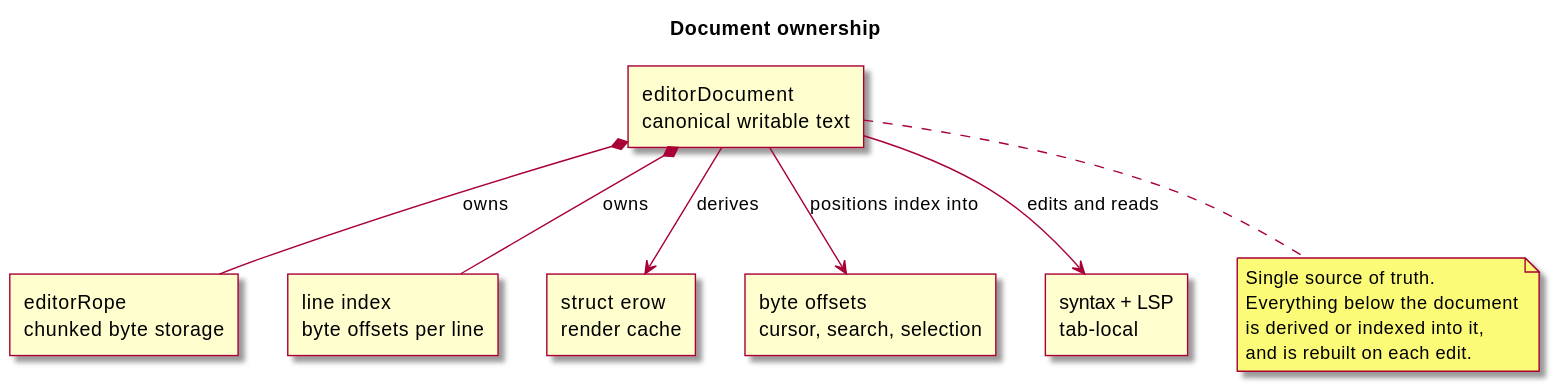
kokkoniemi/rotide keeps this PlantUML diagram as docs/diagrams/svg/document-model.svg. Above is the earlier version. Its source is kept beside it as docs/diagrams/src/document-model.puml.
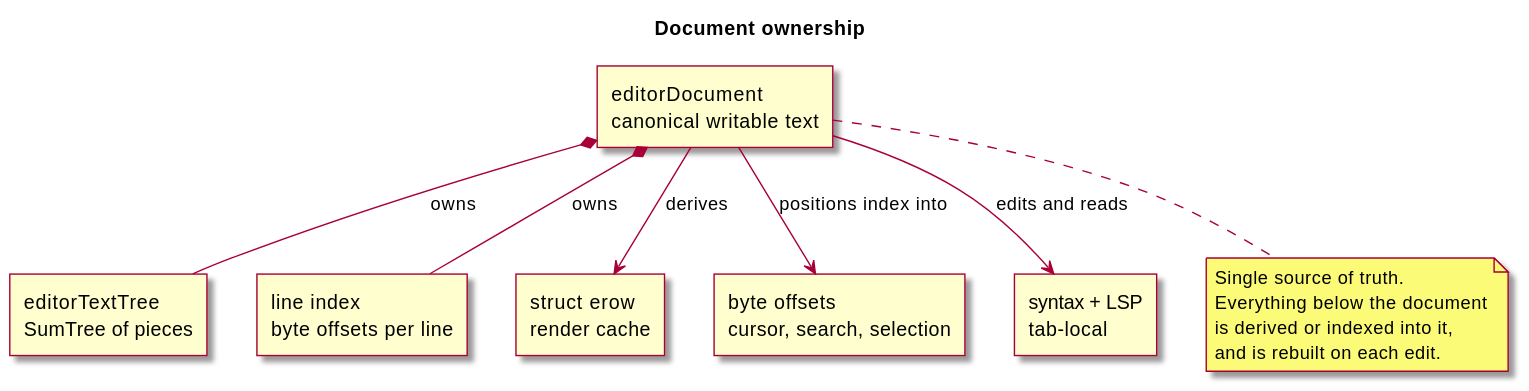
The same diagram one commit later.

Change to the diagram source:
```diff
@@ -6,13 +6,13 @@
 skinparam componentStyle rectangle
 
 component "editorDocument\ncanonical writable text" as doc
-component "editorRope\nchunked byte storage" as rope
+component "editorTextTree\nSumTree of pieces" as tree
 component "line index\nbyte offsets per line" as index
 component "struct erow\nrender cache" as row
 component "byte offsets\ncursor, search, selection" as offsets
 component "syntax + LSP\ntab-local" as lang
 
-doc *-- rope : owns
+doc *-- tree : owns
 doc *-- index : owns
 doc --> row : derives
 doc --> offsets : positions index into
```
